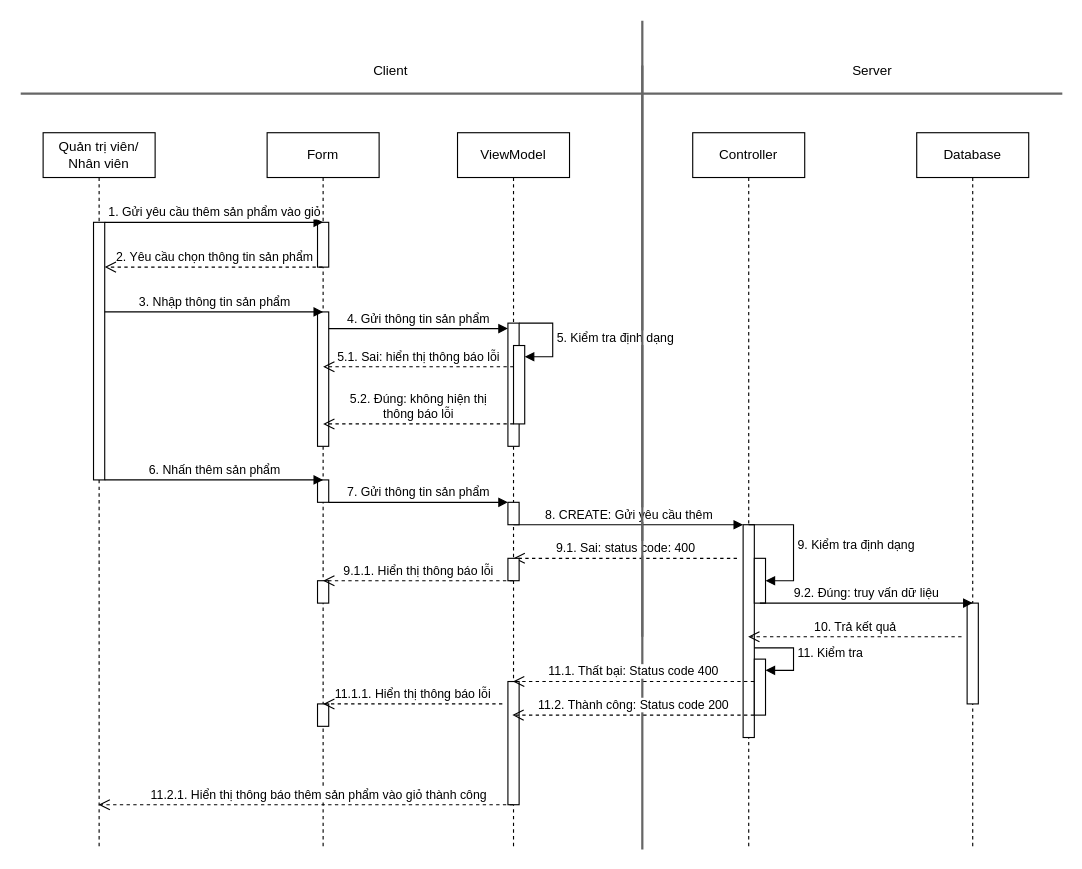
The draw.io diagram page "Page-1" (1 of 4) of SD/SD_QUANLYGIOHANG.drawio in hieuNV0871/da, before the edit. Source tidied: cells renumbered, new cells numbered last; positions are measured from the earlier drawing's top-left corner, leaving out a move shared by most shapes. Both pictures are drawn from the tidied source at 112%, with x=0, y=0 at pixel (20, 20).
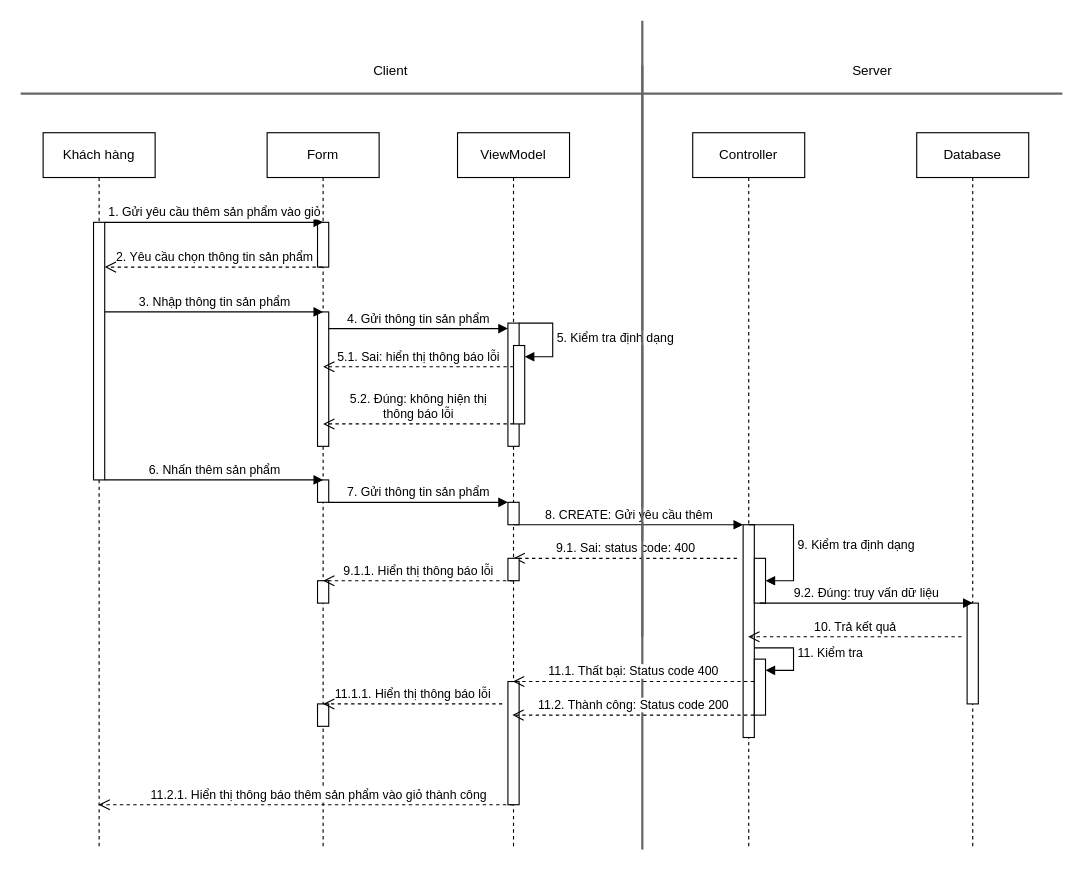
The same page after the edit.

Diff of the diagram source:
```diff
@@
-    <mxCell id="3" value="Quản trị viên/ Nhân viên" style="shape=umlLifeline;perimeter=lifelinePerimeter;whiteSpace=wrap;html=1;outlineConnect=0;portConstraint=eastwest;newEdgeStyle={&quot;curved&quot;:0,&quot;rounded&quot;:0};" parent="1" vertex="1">
+    <mxCell id="3" value="Khách hàng" style="shape=umlLifeline;perimeter=lifelinePerimeter;whiteSpace=wrap;html=1;outlineConnect=0;portConstraint=eastwest;newEdgeStyle={&quot;curved&quot;:0,&quot;rounded&quot;:0};" parent="1" vertex="1">
       <mxGeometry x="20" y="100" width="100" height="640" as="geometry" />
     </mxCell>
```
